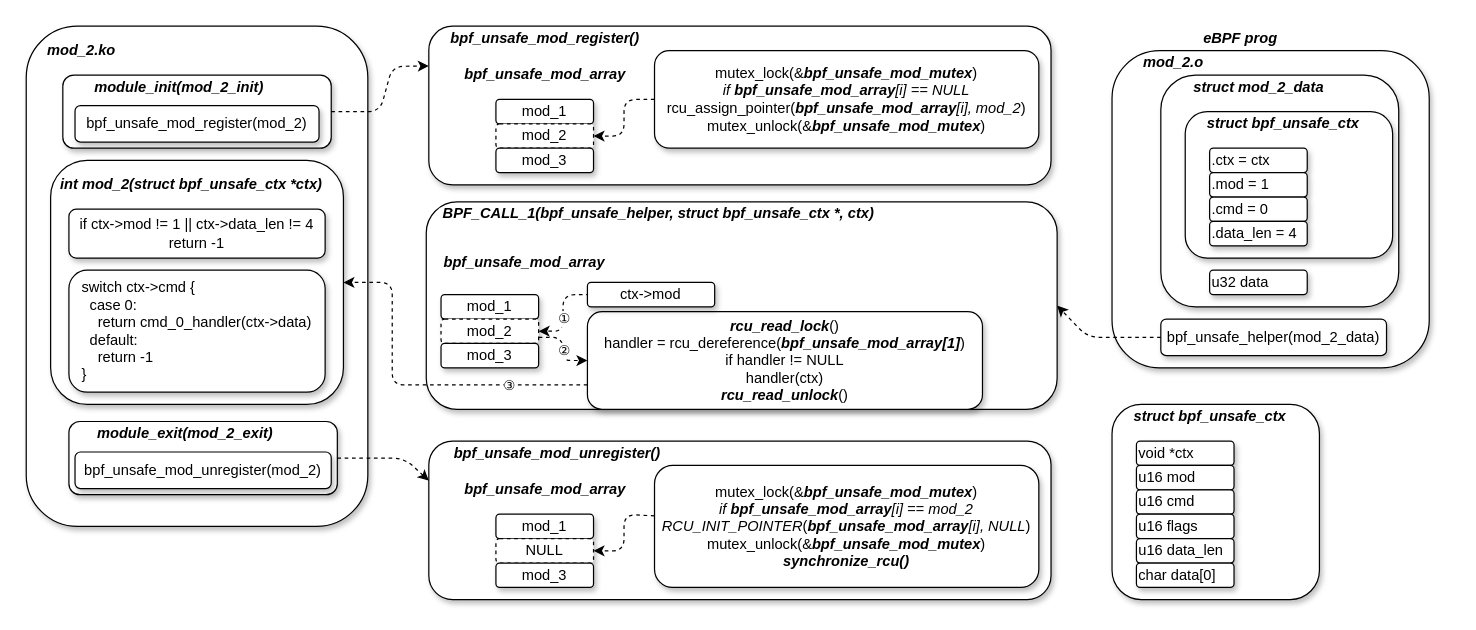
Before: bpf_helper.drawio in AirbornWdd/doc, a draw.io diagram. Source tidied: cells renumbered, new cells numbered last; positions are measured from the earlier drawing's top-left corner, leaving out a move shared by most shapes. Both pictures are drawn from the tidied source at 122%, with x=0, y=0 at pixel (26, 26).
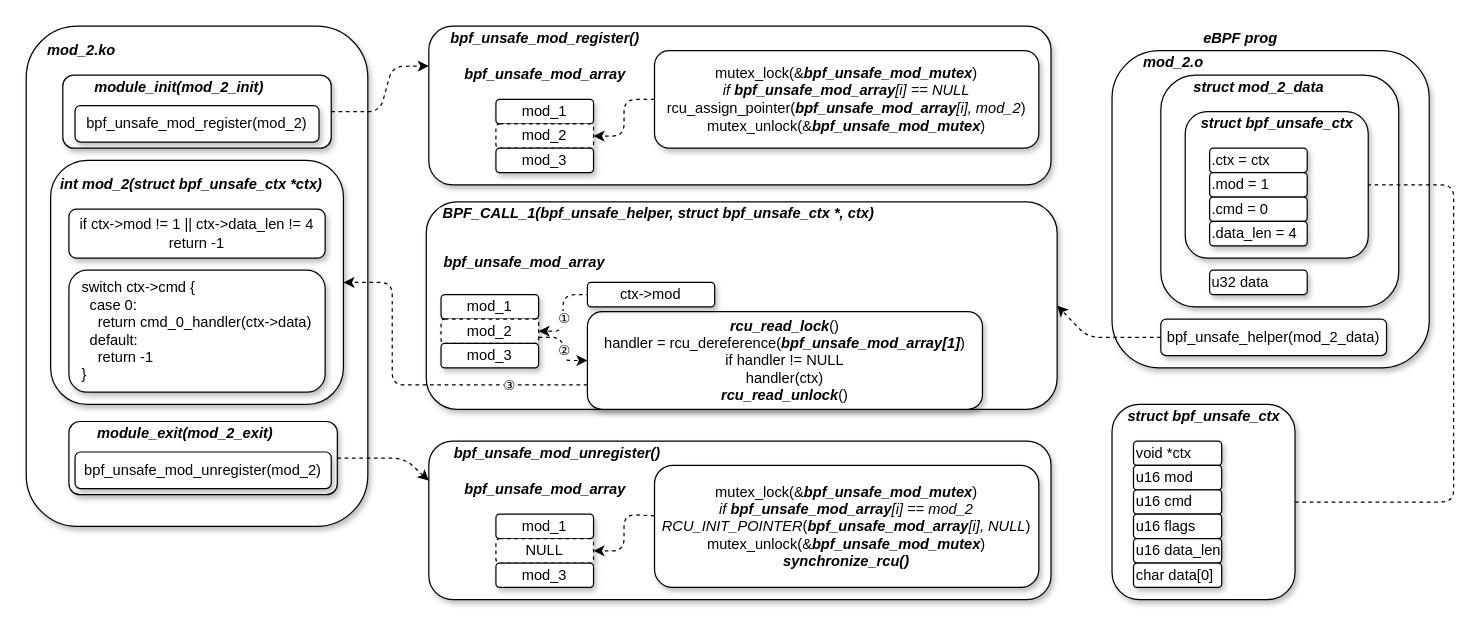
The same diagram, later.

The change refers to these unchanged cells:
```xml
<mxCell id="39" style="group;" parent="1" vertex="1">
  <mxGeometry x="930" y="40" width="195" height="190" as="geometry" />
</mxCell>
```

Diff of the diagram source:
```diff
@@
     <mxCell id="41" style="rounded=1;whiteSpace=wrap;html=1;shadow=1;" parent="39" vertex="1">
-      <mxGeometry x="20" y="30" width="170" height="120" as="geometry" />
+      <mxGeometry x="20" y="30" width="150" height="120" as="geometry" />
     </mxCell>
@@
     <mxCell id="43" value="&lt;b&gt;&lt;i&gt;struct bpf_unsafe_ctx&lt;/i&gt;&lt;/b&gt;" style="text;html=1;align=center;verticalAlign=middle;" parent="39" vertex="1">
-      <mxGeometry x="30" y="30" width="140" height="20" as="geometry" />
+      <mxGeometry x="25" y="30" width="140" height="20" as="geometry" />
     </mxCell>
@@
     <mxCell id="49" style="group;" parent="1" vertex="1">
-      <mxGeometry x="890" y="310" width="170" height="160" as="geometry" />
+      <mxGeometry x="890" y="310" width="150" height="160" as="geometry" />
     </mxCell>
     <mxCell id="50" style="rounded=1;whiteSpace=wrap;html=1;shadow=1;" parent="49" vertex="1">
-      <mxGeometry width="170" height="160" as="geometry" />
+      <mxGeometry width="150" height="160" as="geometry" />
     </mxCell>
     <mxCell id="51" value="&lt;span&gt;void *ctx&lt;/span&gt;" style="rounded=1;whiteSpace=wrap;html=1;shadow=1;align=left;" parent="49" vertex="1">
-      <mxGeometry x="20" y="30" width="80" height="20" as="geometry" />
+      <mxGeometry x="17.6" y="30" width="72.3" height="20" as="geometry" />
     </mxCell>
     <mxCell id="52" value="&lt;b&gt;&lt;i&gt;struct bpf_unsafe_ctx&lt;/i&gt;&lt;/b&gt;" style="text;html=1;align=center;verticalAlign=middle;" parent="49" vertex="1">
-      <mxGeometry x="10" width="140" height="20" as="geometry" />
+      <mxGeometry x="5" width="140" height="20" as="geometry" />
     </mxCell>
     <mxCell id="53" value="&lt;span&gt;u16 mod&lt;/span&gt;" style="rounded=1;whiteSpace=wrap;html=1;shadow=1;align=left;" parent="49" vertex="1">
-      <mxGeometry x="20" y="50" width="80" height="20" as="geometry" />
+      <mxGeometry x="17.6" y="50" width="72.3" height="20" as="geometry" />
     </mxCell>
     <mxCell id="54" value="&lt;span&gt;u16 cmd&lt;/span&gt;" style="rounded=1;whiteSpace=wrap;html=1;shadow=1;align=left;" parent="49" vertex="1">
-      <mxGeometry x="20" y="70" width="80" height="20" as="geometry" />
+      <mxGeometry x="17.6" y="70" width="72.3" height="20" as="geometry" />
     </mxCell>
     <mxCell id="55" value="&lt;span&gt;u16 flags&lt;/span&gt;" style="rounded=1;whiteSpace=wrap;html=1;shadow=1;align=left;" parent="49" vertex="1">
-      <mxGeometry x="20" y="90" width="80" height="20" as="geometry" />
+      <mxGeometry x="17.6" y="90" width="72.3" height="20" as="geometry" />
     </mxCell>
     <mxCell id="56" value="&lt;span&gt;u16 data_len&lt;/span&gt;" style="rounded=1;whiteSpace=wrap;html=1;shadow=1;align=left;" parent="49" vertex="1">
-      <mxGeometry x="20" y="110" width="80" height="20" as="geometry" />
+      <mxGeometry x="17.6" y="110" width="72.3" height="20" as="geometry" />
     </mxCell>
     <mxCell id="57" value="&lt;span&gt;char data[0]&lt;/span&gt;" style="rounded=1;whiteSpace=wrap;html=1;shadow=1;align=left;" parent="49" vertex="1">
-      <mxGeometry x="20" y="130" width="80" height="20" as="geometry" />
+      <mxGeometry x="17.6" y="130" width="72.3" height="20" as="geometry" />
     </mxCell>
@@
+    <mxCell id="71" style="endArrow=none;html=1;dashed=1;entryX=1;entryY=0.5;entryDx=0;entryDy=0;exitX=1;exitY=0.5;exitDx=0;exitDy=0;" parent="1" edge="1" source="50" target="41">
+      <mxGeometry relative="1" as="geometry">
+        <Array as="points">
+          <mxPoint x="1170" y="390" />
+          <mxPoint x="1170" y="130" />
+        </Array>
+      </mxGeometry>
+    </mxCell>
```
